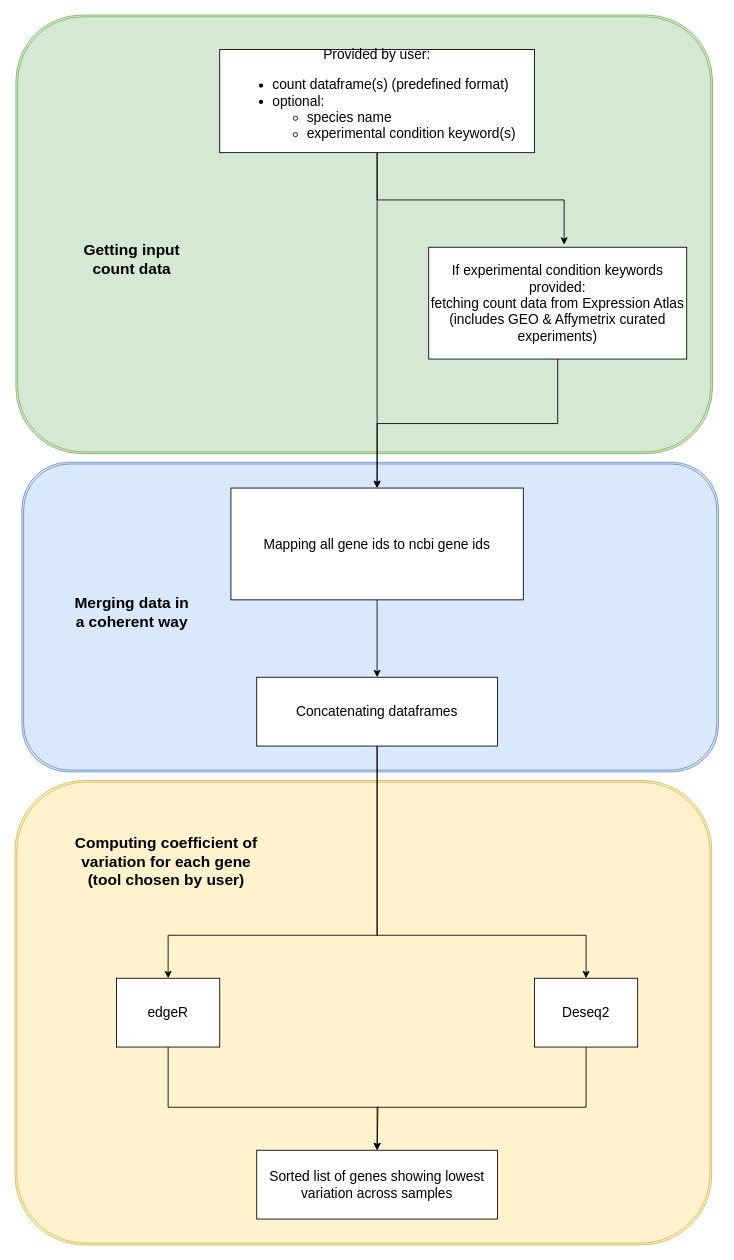
OlivierCoen/housekeeping_genes_test keeps this draw.io diagram as Diagramme sans nom.drawio. Above is the earlier version. Source tidied: cells renumbered, new cells numbered last; positions are measured from the earlier drawing's top-left corner, leaving out a move shared by most shapes. Both pictures are drawn from the tidied source at 86%, with x=0, y=0 at pixel (15, 15).
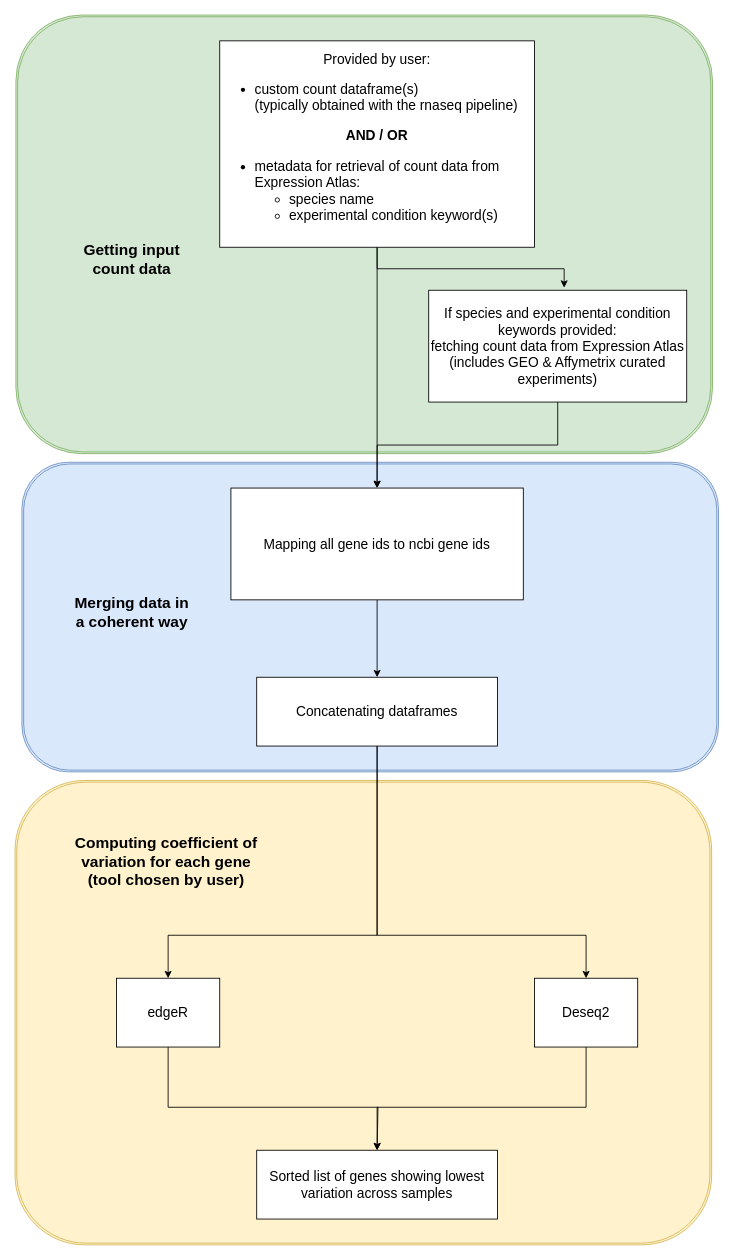
The same page after the edit.

Commit message:
Mettre à jour Diagramme sans nom.drawio

What changed in the source:
```diff
@@
-    <mxCell id="6" value="If experimental condition keywords provided: &lt;br&gt;fetching count data from Expression Atlas &lt;br&gt;(includes GEO &amp;amp; Affymetrix curated experiments)" style="rounded=0;whiteSpace=wrap;html=1;fontSize=16;" parent="1" vertex="1">
-      <mxGeometry x="481" y="270" width="300" height="130" as="geometry" />
+    <mxCell id="6" value="If species and experimental condition keywords provided: &lt;br&gt;fetching count data from Expression Atlas &lt;br&gt;(includes GEO &amp;amp; Affymetrix curated experiments)" style="rounded=0;whiteSpace=wrap;html=1;fontSize=16;" parent="1" vertex="1">
+      <mxGeometry x="481" y="320" width="300" height="130" as="geometry" />
     </mxCell>
@@
-    <mxCell id="13" value="Provided by user:&lt;div&gt;&lt;ul&gt;&lt;li style=&quot;text-align: left;&quot;&gt;count dataframe(s) (predefined format)&lt;/li&gt;&lt;li style=&quot;text-align: left;&quot;&gt;optional:&amp;nbsp;&lt;/li&gt;&lt;ul&gt;&lt;li style=&quot;text-align: left;&quot;&gt;species name&lt;/li&gt;&lt;li style=&quot;text-align: left;&quot;&gt;experimental condition keyword(s)&lt;/li&gt;&lt;/ul&gt;&lt;/ul&gt;&lt;/div&gt;" style="rounded=0;whiteSpace=wrap;html=1;fontSize=16;" parent="1" vertex="1">
-      <mxGeometry x="238" y="40" width="366" height="120" as="geometry" />
+    <mxCell id="13" value="Provided by user:&lt;div&gt;&lt;ul&gt;&lt;li style=&quot;text-align: left;&quot;&gt;custom count dataframe(s) &lt;br&gt;(typically obtained with the rnaseq pipeline)&lt;/li&gt;&lt;/ul&gt;&lt;div style=&quot;&quot;&gt;&lt;b&gt;AND / OR&lt;/b&gt;&lt;/div&gt;&lt;ul&gt;&lt;li style=&quot;text-align: left;&quot;&gt;&lt;span style=&quot;background-color: initial;&quot;&gt;metadata for retrieval of count data from Expression Atlas:&lt;/span&gt;&lt;/li&gt;&lt;ul&gt;&lt;li style=&quot;text-align: left;&quot;&gt;species name&lt;/li&gt;&lt;li style=&quot;text-align: left;&quot;&gt;experimental condition keyword(s)&lt;/li&gt;&lt;/ul&gt;&lt;/ul&gt;&lt;/div&gt;" style="rounded=0;whiteSpace=wrap;html=1;fontSize=16;" parent="1" vertex="1">
+      <mxGeometry x="238" y="30" width="366" height="240" as="geometry" />
     </mxCell>
```
